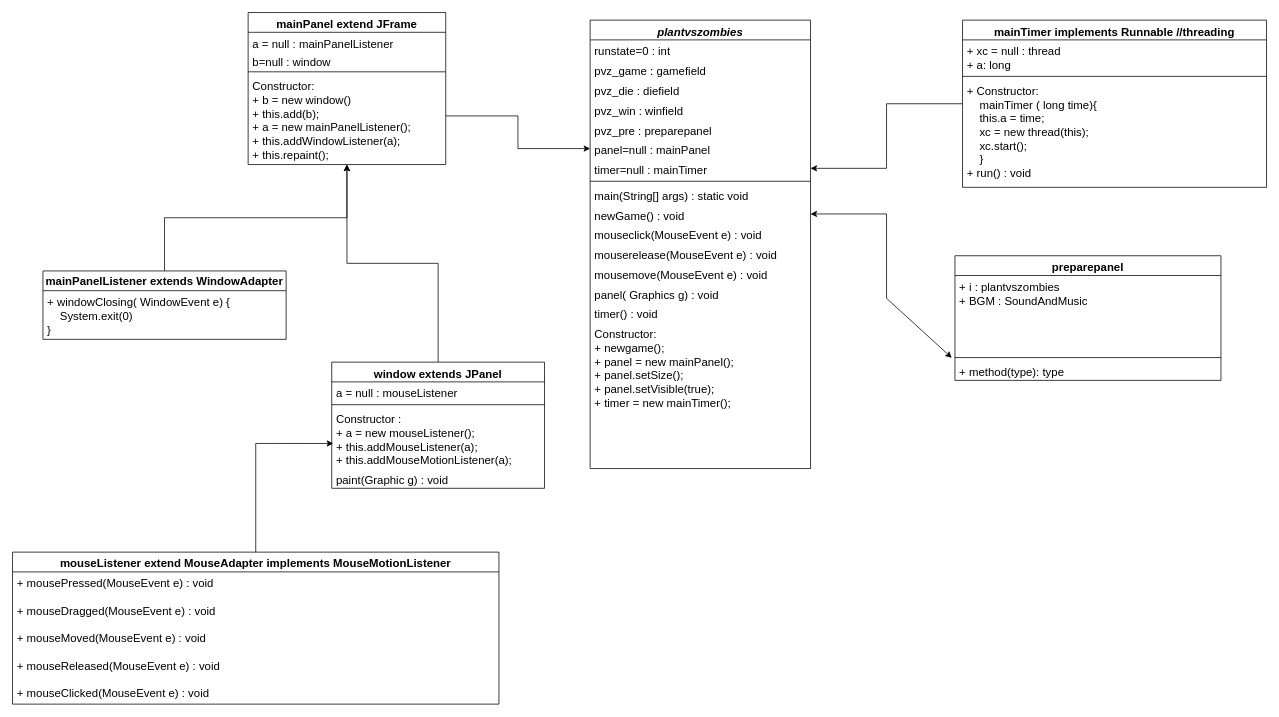
This is Untitled Diagram.drawio from meowie2k3/BoxOfParticle, a draw.io file, before an edit. Source tidied: cells renumbered, new cells numbered last; positions are measured from the earlier drawing's top-left corner, leaving out a move shared by most shapes. Both pictures are drawn from the tidied source at 76%, with x=0, y=0 at pixel (12, 12).
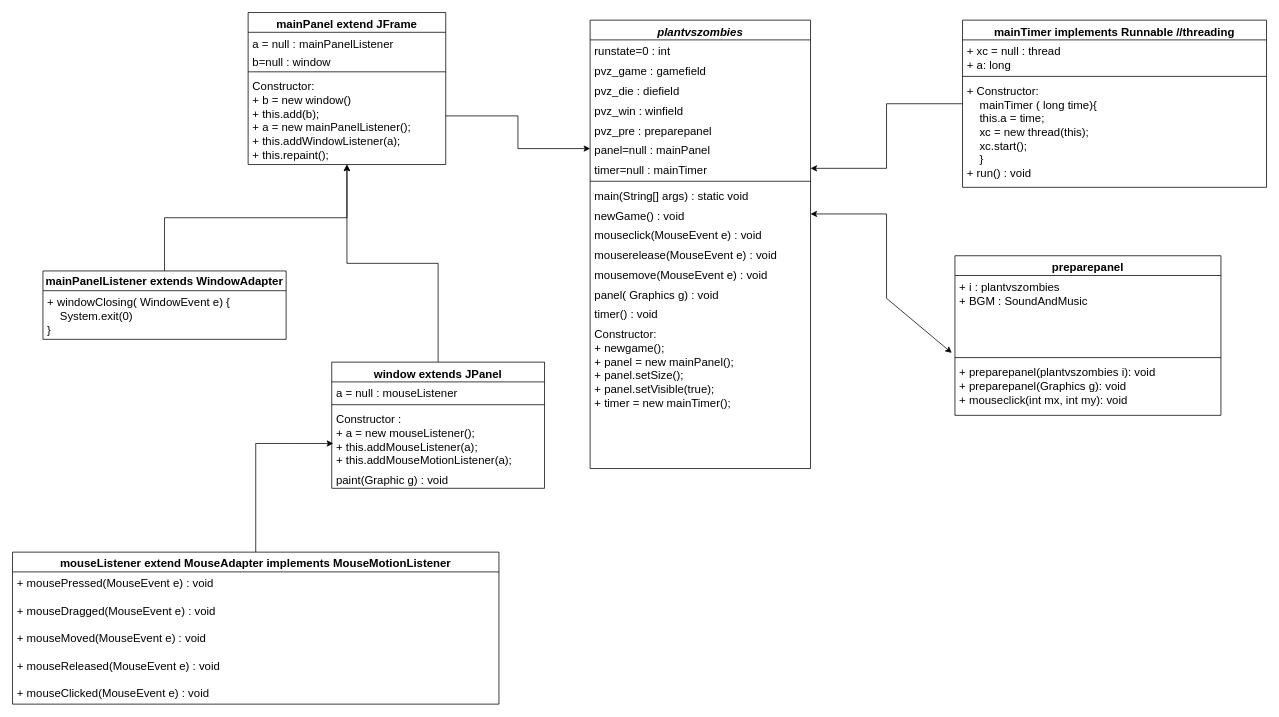
The same page after the edit.

Diff of the diagram source:
```diff
@@
     <mxCell id="42" value="preparepanel" style="swimlane;fontStyle=1;align=center;verticalAlign=top;horizontal=1;startSize=26;fontSize=15;" parent="1" vertex="1">
-      <mxGeometry x="1240" y="320" width="350" height="164" as="geometry" />
+      <mxGeometry x="1240" y="320" width="350" height="210" as="geometry" />
     </mxCell>
@@
-    <mxCell id="45" value="+ method(type): type" style="text;strokeColor=none;fillColor=none;align=left;verticalAlign=top;spacingLeft=4;spacingRight=4;overflow=hidden;points=[[0,0.5],[1,0.5]];portConstraint=eastwest;fontSize=15;" parent="42" vertex="1">
-      <mxGeometry y="138" width="350" height="26" as="geometry" />
+    <mxCell id="45" value="+ preparepanel(plantvszombies i): void&#10;+ preparepanel(Graphics g): void&#10;+ mouseclick(int mx, int my): void" style="text;strokeColor=none;fillColor=none;align=left;verticalAlign=top;spacingLeft=4;spacingRight=4;overflow=hidden;points=[[0,0.5],[1,0.5]];portConstraint=eastwest;fontSize=15;" parent="42" vertex="1">
+      <mxGeometry y="138" width="350" height="72" as="geometry" />
     </mxCell>
```
